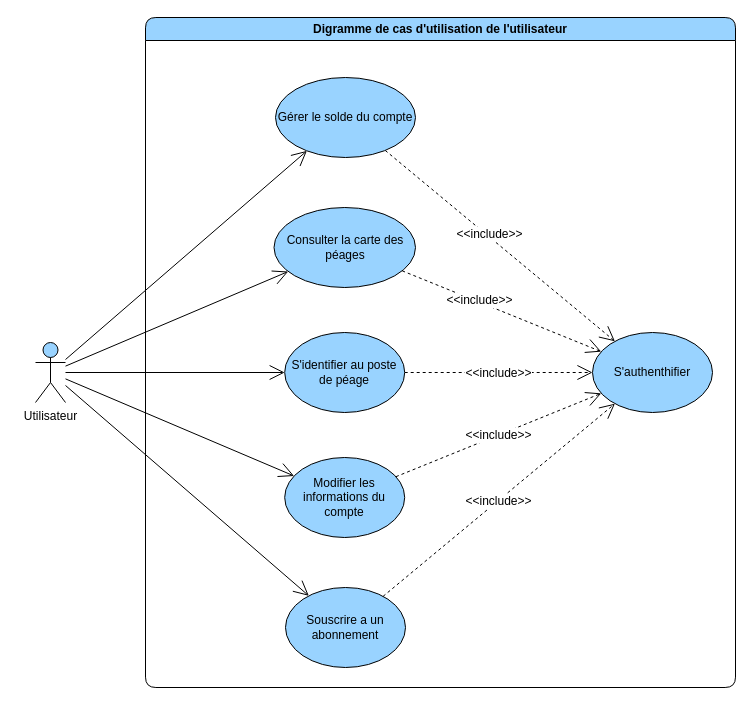
Earlier version of the draw.io diagram page "general" (1 of 4) of diagrams/use-case/utilisateur.drawio (devlotfi/peage-pay). Source tidied: cells renumbered, new cells numbered last; positions are measured from the earlier drawing's top-left corner, leaving out a move shared by most shapes. Both pictures are drawn from the tidied source at 100%, with x=0, y=0 at pixel (35, 17).
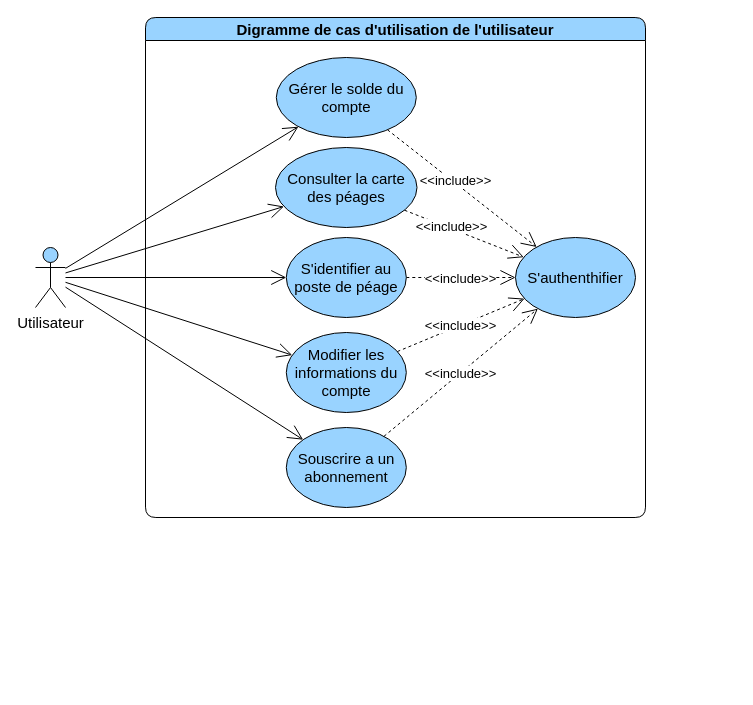
After the change.

Change to the diagram source:
```diff
@@
-    <mxCell id="2" value="Digramme de cas d'utilisation de l'utilisateur" style="swimlane;whiteSpace=wrap;html=1;rounded=1;fillColor=#99D3FF;" parent="1" vertex="1">
-      <mxGeometry x="110" width="590" height="670" as="geometry" />
+    <mxCell id="2" value="Digramme de cas d'utilisation de l'utilisateur" style="swimlane;whiteSpace=wrap;html=1;rounded=1;fillColor=#99D3FF;fontSize=15;" parent="1" vertex="1">
+      <mxGeometry x="110" width="500" height="500" as="geometry" />
     </mxCell>
-    <mxCell id="3" style="edgeStyle=none;rounded=0;jettySize=auto;html=1;strokeColor=default;align=center;verticalAlign=middle;fontFamily=Helvetica;fontSize=12;fontColor=default;labelBackgroundColor=default;startSize=6;endArrow=open;endFill=0;endSize=13;dashed=1;" parent="2" edge="1" source="5" target="11">
+    <mxCell id="3" style="edgeStyle=none;rounded=0;jettySize=auto;html=1;strokeColor=default;align=center;verticalAlign=middle;fontFamily=Helvetica;fontSize=15;fontColor=default;labelBackgroundColor=default;startSize=6;endArrow=open;endFill=0;endSize=13;dashed=1;" parent="2" edge="1" source="5" target="11">
       <mxGeometry relative="1" as="geometry" />
     </mxCell>
-    <mxCell id="4" value="&amp;lt;&amp;lt;include&amp;gt;&amp;gt;" style="edgeLabel;html=1;align=center;verticalAlign=middle;strokeColor=default;fontFamily=Helvetica;fontSize=12;fontColor=default;labelBackgroundColor=default;fillColor=#99D3FF;" parent="3" vertex="1">
+    <mxCell id="4" value="&amp;lt;&amp;lt;include&amp;gt;&amp;gt;" style="edgeLabel;html=1;align=center;verticalAlign=middle;strokeColor=default;fontFamily=Helvetica;fontSize=13;fontColor=default;labelBackgroundColor=default;fillColor=#99D3FF;" parent="3" vertex="1">
       <mxGeometry x="-0.11" y="2" relative="1" as="geometry" />
     </mxCell>
-    <mxCell id="5" value="Gérer le solde du compte" style="ellipse;whiteSpace=wrap;html=1;strokeColor=default;align=center;verticalAlign=middle;fontFamily=Helvetica;fontSize=12;fontColor=default;fillColor=#99D3FF;" parent="2" vertex="1">
-      <mxGeometry x="130" y="60" width="140" height="80" as="geometry" />
+    <mxCell id="5" value="Gérer le solde du compte" style="ellipse;whiteSpace=wrap;html=1;strokeColor=default;align=center;verticalAlign=middle;fontFamily=Helvetica;fontSize=15;fontColor=default;fillColor=#99D3FF;" parent="2" vertex="1">
+      <mxGeometry x="130.8" y="40" width="140" height="80" as="geometry" />
     </mxCell>
-    <mxCell id="6" style="edgeStyle=none;rounded=0;jettySize=auto;html=1;dashed=1;strokeColor=default;align=center;verticalAlign=middle;fontFamily=Helvetica;fontSize=12;fontColor=default;labelBackgroundColor=default;startSize=6;endArrow=open;endFill=0;endSize=13;" parent="2" edge="1" source="8" target="11">
+    <mxCell id="6" style="edgeStyle=none;rounded=0;jettySize=auto;html=1;dashed=1;strokeColor=default;align=center;verticalAlign=middle;fontFamily=Helvetica;fontSize=15;fontColor=default;labelBackgroundColor=default;startSize=6;endArrow=open;endFill=0;endSize=13;" parent="2" edge="1" source="8" target="11">
       <mxGeometry relative="1" as="geometry" />
     </mxCell>
-    <mxCell id="7" value="&amp;lt;&amp;lt;include&amp;gt;&amp;gt;" style="edgeLabel;html=1;align=center;verticalAlign=middle;strokeColor=default;fontFamily=Helvetica;fontSize=12;fontColor=default;labelBackgroundColor=default;fillColor=#99D3FF;" parent="6" vertex="1">
+    <mxCell id="7" value="&amp;lt;&amp;lt;include&amp;gt;&amp;gt;" style="edgeLabel;html=1;align=center;verticalAlign=middle;strokeColor=default;fontFamily=Helvetica;fontSize=13;fontColor=default;labelBackgroundColor=default;fillColor=#99D3FF;" parent="6" vertex="1">
       <mxGeometry x="-0.24" y="2" relative="1" as="geometry" />
     </mxCell>
-    <mxCell id="8" value="Consulter la carte des péages" style="ellipse;whiteSpace=wrap;html=1;strokeColor=default;align=center;verticalAlign=middle;fontFamily=Helvetica;fontSize=12;fontColor=default;fillColor=#99D3FF;" parent="2" vertex="1">
-      <mxGeometry x="128.5" y="190" width="141.5" height="80" as="geometry" />
+    <mxCell id="8" value="Consulter la carte des péages" style="ellipse;whiteSpace=wrap;html=1;strokeColor=default;align=center;verticalAlign=middle;fontFamily=Helvetica;fontSize=15;fontColor=default;fillColor=#99D3FF;" parent="2" vertex="1">
+      <mxGeometry x="130" y="130" width="141.5" height="80" as="geometry" />
     </mxCell>
-    <mxCell id="9" style="edgeStyle=none;rounded=0;jettySize=auto;html=1;dashed=1;strokeColor=default;align=center;verticalAlign=middle;fontFamily=Helvetica;fontSize=12;fontColor=default;labelBackgroundColor=default;startSize=6;endArrow=open;endFill=0;endSize=13;" parent="2" edge="1" source="12" target="11">
+    <mxCell id="9" style="edgeStyle=none;rounded=0;jettySize=auto;html=1;dashed=1;strokeColor=default;align=center;verticalAlign=middle;fontFamily=Helvetica;fontSize=15;fontColor=default;labelBackgroundColor=default;startSize=6;endArrow=open;endFill=0;endSize=13;" parent="2" edge="1" source="12" target="11">
       <mxGeometry relative="1" as="geometry" />
     </mxCell>
-    <mxCell id="10" value="&amp;lt;&amp;lt;include&amp;gt;&amp;gt;" style="edgeLabel;html=1;align=center;verticalAlign=middle;strokeColor=default;fontFamily=Helvetica;fontSize=12;fontColor=default;labelBackgroundColor=default;fillColor=#99D3FF;" parent="9" vertex="1">
+    <mxCell id="10" value="&amp;lt;&amp;lt;include&amp;gt;&amp;gt;" style="edgeLabel;html=1;align=center;verticalAlign=middle;strokeColor=default;fontFamily=Helvetica;fontSize=13;fontColor=default;labelBackgroundColor=default;fillColor=#99D3FF;" parent="9" vertex="1">
       <mxGeometry x="-0.01" relative="1" as="geometry" />
     </mxCell>
-    <mxCell id="11" value="S'authenthifier" style="ellipse;whiteSpace=wrap;html=1;strokeColor=default;align=center;verticalAlign=middle;fontFamily=Helvetica;fontSize=12;fontColor=default;fillColor=#99D3FF;" parent="2" vertex="1">
-      <mxGeometry x="447" y="315" width="120" height="80" as="geometry" />
+    <mxCell id="11" value="S'authenthifier" style="ellipse;whiteSpace=wrap;html=1;strokeColor=default;align=center;verticalAlign=middle;fontFamily=Helvetica;fontSize=15;fontColor=default;fillColor=#99D3FF;" parent="2" vertex="1">
+      <mxGeometry x="370" y="220" width="120" height="80" as="geometry" />
     </mxCell>
-    <mxCell id="12" value="S'identifier au poste de péage" style="ellipse;whiteSpace=wrap;html=1;strokeColor=default;align=center;verticalAlign=middle;fontFamily=Helvetica;fontSize=12;fontColor=default;fillColor=#99D3FF;" parent="2" vertex="1">
-      <mxGeometry x="139.2" y="315" width="120" height="80" as="geometry" />
+    <mxCell id="12" value="S'identifier au poste de péage" style="ellipse;whiteSpace=wrap;html=1;strokeColor=default;align=center;verticalAlign=middle;fontFamily=Helvetica;fontSize=15;fontColor=default;fillColor=#99D3FF;" parent="2" vertex="1">
+      <mxGeometry x="140.8" y="220" width="120" height="80" as="geometry" />
     </mxCell>
-    <mxCell id="13" value="Modifier les informations du compte" style="ellipse;whiteSpace=wrap;html=1;strokeColor=default;align=center;verticalAlign=middle;fontFamily=Helvetica;fontSize=12;fontColor=default;fillColor=#99D3FF;" parent="2" vertex="1">
-      <mxGeometry x="139.2" y="440" width="120" height="80" as="geometry" />
+    <mxCell id="13" value="Modifier les informations du compte" style="ellipse;whiteSpace=wrap;html=1;strokeColor=default;align=center;verticalAlign=middle;fontFamily=Helvetica;fontSize=15;fontColor=default;fillColor=#99D3FF;" parent="2" vertex="1">
+      <mxGeometry x="140.8" y="315" width="120" height="80" as="geometry" />
     </mxCell>
-    <mxCell id="14" style="edgeStyle=none;rounded=0;jettySize=auto;html=1;dashed=1;strokeColor=default;align=center;verticalAlign=middle;fontFamily=Helvetica;fontSize=12;fontColor=default;labelBackgroundColor=default;startSize=6;endArrow=open;endFill=0;endSize=13;" parent="2" edge="1" source="13" target="11">
+    <mxCell id="14" style="edgeStyle=none;rounded=0;jettySize=auto;html=1;dashed=1;strokeColor=default;align=center;verticalAlign=middle;fontFamily=Helvetica;fontSize=15;fontColor=default;labelBackgroundColor=default;startSize=6;endArrow=open;endFill=0;endSize=13;" parent="2" edge="1" source="13" target="11">
       <mxGeometry relative="1" as="geometry" />
     </mxCell>
-    <mxCell id="15" value="&amp;lt;&amp;lt;include&amp;gt;&amp;gt;" style="edgeLabel;html=1;align=center;verticalAlign=middle;strokeColor=default;fontFamily=Helvetica;fontSize=12;fontColor=default;labelBackgroundColor=default;fillColor=#99D3FF;" parent="14" vertex="1">
+    <mxCell id="15" value="&amp;lt;&amp;lt;include&amp;gt;&amp;gt;" style="edgeLabel;html=1;align=center;verticalAlign=middle;strokeColor=default;fontFamily=Helvetica;fontSize=13;fontColor=default;labelBackgroundColor=default;fillColor=#99D3FF;" parent="14" vertex="1">
       <mxGeometry x="-0.01" relative="1" as="geometry" />
     </mxCell>
-    <mxCell id="16" value="Souscrire a un abonnement" style="ellipse;whiteSpace=wrap;html=1;strokeColor=default;align=center;verticalAlign=middle;fontFamily=Helvetica;fontSize=12;fontColor=default;fillColor=#99D3FF;" parent="2" vertex="1">
-      <mxGeometry x="140" y="570" width="120" height="80" as="geometry" />
+    <mxCell id="16" value="Souscrire a un abonnement" style="ellipse;whiteSpace=wrap;html=1;strokeColor=default;align=center;verticalAlign=middle;fontFamily=Helvetica;fontSize=15;fontColor=default;fillColor=#99D3FF;" parent="2" vertex="1">
+      <mxGeometry x="140.8" y="410" width="120" height="80" as="geometry" />
     </mxCell>
-    <mxCell id="17" style="edgeStyle=none;rounded=0;jettySize=auto;html=1;dashed=1;strokeColor=default;align=center;verticalAlign=middle;fontFamily=Helvetica;fontSize=12;fontColor=default;labelBackgroundColor=default;startSize=6;endArrow=open;endFill=0;endSize=13;" parent="2" edge="1" source="16" target="11">
+    <mxCell id="17" style="edgeStyle=none;rounded=0;jettySize=auto;html=1;dashed=1;strokeColor=default;align=center;verticalAlign=middle;fontFamily=Helvetica;fontSize=15;fontColor=default;labelBackgroundColor=default;startSize=6;endArrow=open;endFill=0;endSize=13;" parent="2" edge="1" source="16" target="11">
       <mxGeometry relative="1" as="geometry" />
     </mxCell>
-    <mxCell id="18" value="&amp;lt;&amp;lt;include&amp;gt;&amp;gt;" style="edgeLabel;html=1;align=center;verticalAlign=middle;strokeColor=default;fontFamily=Helvetica;fontSize=12;fontColor=default;labelBackgroundColor=default;fillColor=#99D3FF;" parent="17" vertex="1">
+    <mxCell id="18" value="&amp;lt;&amp;lt;include&amp;gt;&amp;gt;" style="edgeLabel;html=1;align=center;verticalAlign=middle;strokeColor=default;fontFamily=Helvetica;fontSize=13;fontColor=default;labelBackgroundColor=default;fillColor=#99D3FF;" parent="17" vertex="1">
       <mxGeometry x="-0.01" relative="1" as="geometry" />
     </mxCell>
-    <mxCell id="19" style="rounded=0;jettySize=auto;html=1;fontFamily=Helvetica;fontSize=12;fontColor=default;endArrow=open;endFill=0;startSize=6;endSize=13;" parent="1" edge="1" source="23" target="5">
+    <mxCell id="19" style="rounded=0;jettySize=auto;html=1;fontFamily=Helvetica;fontSize=15;fontColor=default;endArrow=open;endFill=0;startSize=6;endSize=13;" parent="1" edge="1" source="23" target="5">
       <mxGeometry relative="1" as="geometry" />
     </mxCell>
-    <mxCell id="20" style="edgeStyle=none;rounded=0;jettySize=auto;html=1;strokeColor=default;align=center;verticalAlign=middle;fontFamily=Helvetica;fontSize=12;fontColor=default;labelBackgroundColor=default;startSize=6;endArrow=open;endFill=0;endSize=13;" parent="1" edge="1" source="23" target="8">
+    <mxCell id="20" style="edgeStyle=none;rounded=0;jettySize=auto;html=1;strokeColor=default;align=center;verticalAlign=middle;fontFamily=Helvetica;fontSize=15;fontColor=default;labelBackgroundColor=default;startSize=6;endArrow=open;endFill=0;endSize=13;" parent="1" edge="1" source="23" target="8">
       <mxGeometry relative="1" as="geometry" />
     </mxCell>
-    <mxCell id="21" style="edgeStyle=none;rounded=0;jettySize=auto;html=1;strokeColor=default;align=center;verticalAlign=middle;fontFamily=Helvetica;fontSize=12;fontColor=default;labelBackgroundColor=default;startSize=6;endArrow=open;endFill=0;endSize=13;" parent="1" edge="1" source="23" target="12">
+    <mxCell id="21" style="edgeStyle=none;rounded=0;jettySize=auto;html=1;strokeColor=default;align=center;verticalAlign=middle;fontFamily=Helvetica;fontSize=15;fontColor=default;labelBackgroundColor=default;startSize=6;endArrow=open;endFill=0;endSize=13;" parent="1" edge="1" source="23" target="12">
       <mxGeometry relative="1" as="geometry" />
     </mxCell>
-    <mxCell id="22" style="edgeStyle=none;rounded=0;jettySize=auto;html=1;strokeColor=default;align=center;verticalAlign=middle;fontFamily=Helvetica;fontSize=12;fontColor=default;labelBackgroundColor=default;startSize=6;endArrow=open;endFill=0;endSize=13;" parent="1" edge="1" source="23" target="13">
+    <mxCell id="22" style="edgeStyle=none;rounded=0;jettySize=auto;html=1;strokeColor=default;align=center;verticalAlign=middle;fontFamily=Helvetica;fontSize=15;fontColor=default;labelBackgroundColor=default;startSize=6;endArrow=open;endFill=0;endSize=13;" parent="1" edge="1" source="23" target="13">
       <mxGeometry relative="1" as="geometry" />
     </mxCell>
-    <mxCell id="23" value="Utilisateur" style="shape=umlActor;verticalLabelPosition=bottom;verticalAlign=top;html=1;outlineConnect=0;strokeColor=default;align=center;fontFamily=Helvetica;fontSize=12;fontColor=default;fillColor=#99D3FF;" parent="1" vertex="1">
-      <mxGeometry y="325" width="30" height="60" as="geometry" />
+    <mxCell id="23" value="Utilisateur" style="shape=umlActor;verticalLabelPosition=bottom;verticalAlign=top;html=1;outlineConnect=0;strokeColor=default;align=center;fontFamily=Helvetica;fontSize=15;fontColor=default;fillColor=#99D3FF;" parent="1" vertex="1">
+      <mxGeometry y="230" width="30" height="60" as="geometry" />
     </mxCell>
-    <mxCell id="24" style="edgeStyle=none;rounded=0;jettySize=auto;html=1;strokeColor=default;align=center;verticalAlign=middle;fontFamily=Helvetica;fontSize=12;fontColor=default;labelBackgroundColor=default;startSize=6;endArrow=open;endFill=0;endSize=13;" parent="1" edge="1" source="23" target="16">
+    <mxCell id="24" style="edgeStyle=none;rounded=0;jettySize=auto;html=1;strokeColor=default;align=center;verticalAlign=middle;fontFamily=Helvetica;fontSize=15;fontColor=default;labelBackgroundColor=default;startSize=6;endArrow=open;endFill=0;endSize=13;" parent="1" edge="1" source="23" target="16">
       <mxGeometry relative="1" as="geometry" />
     </mxCell>
```
